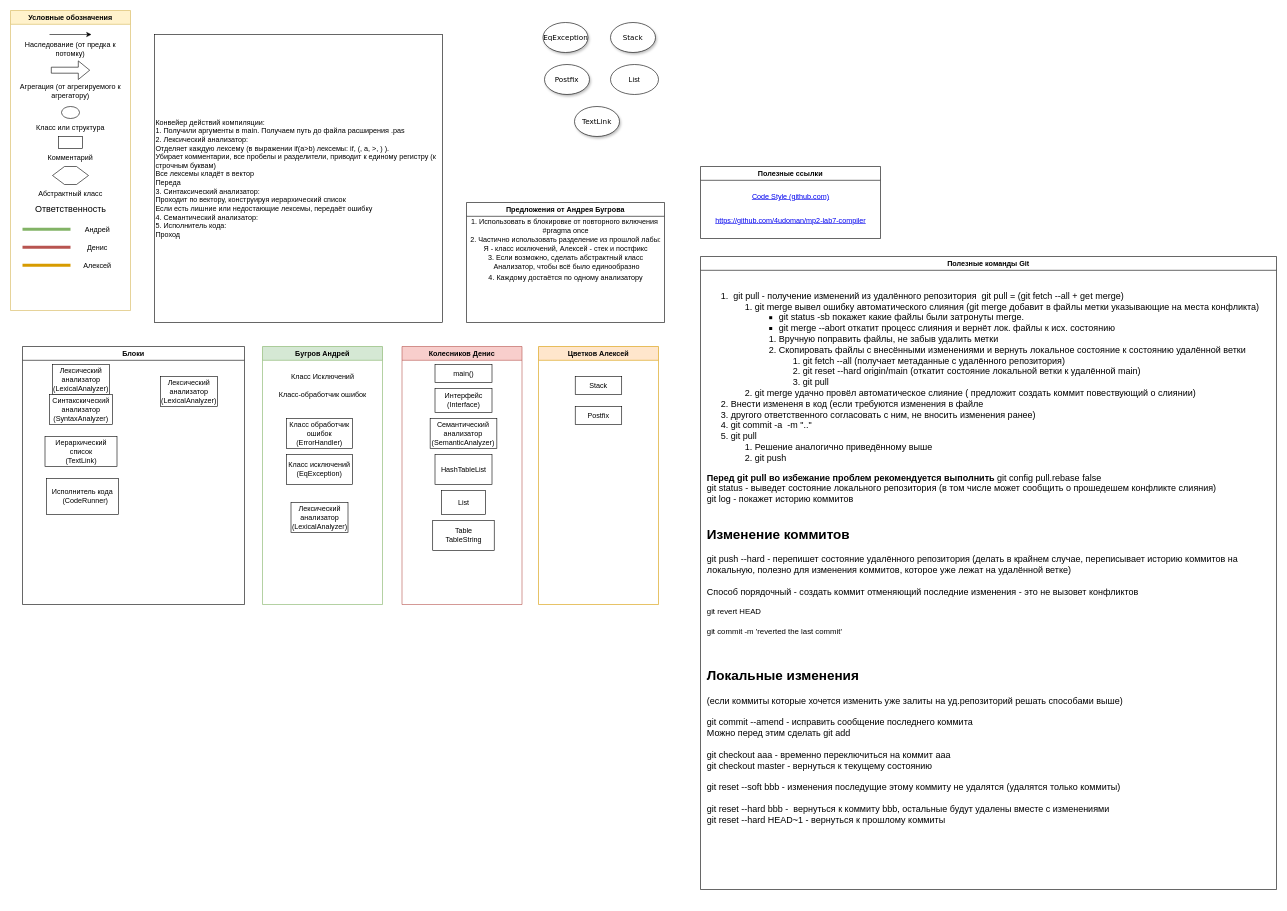
Before: Class_Diagram.drawio in ParkerProbe/mp2-lab7-compiler, a draw.io diagram. Source tidied: cells renumbered, new cells numbered last; positions are measured from the earlier drawing's top-left corner, leaving out a move shared by most shapes. Both pictures are drawn from the tidied source at 60%, with x=0, y=0 at pixel (10, 10).
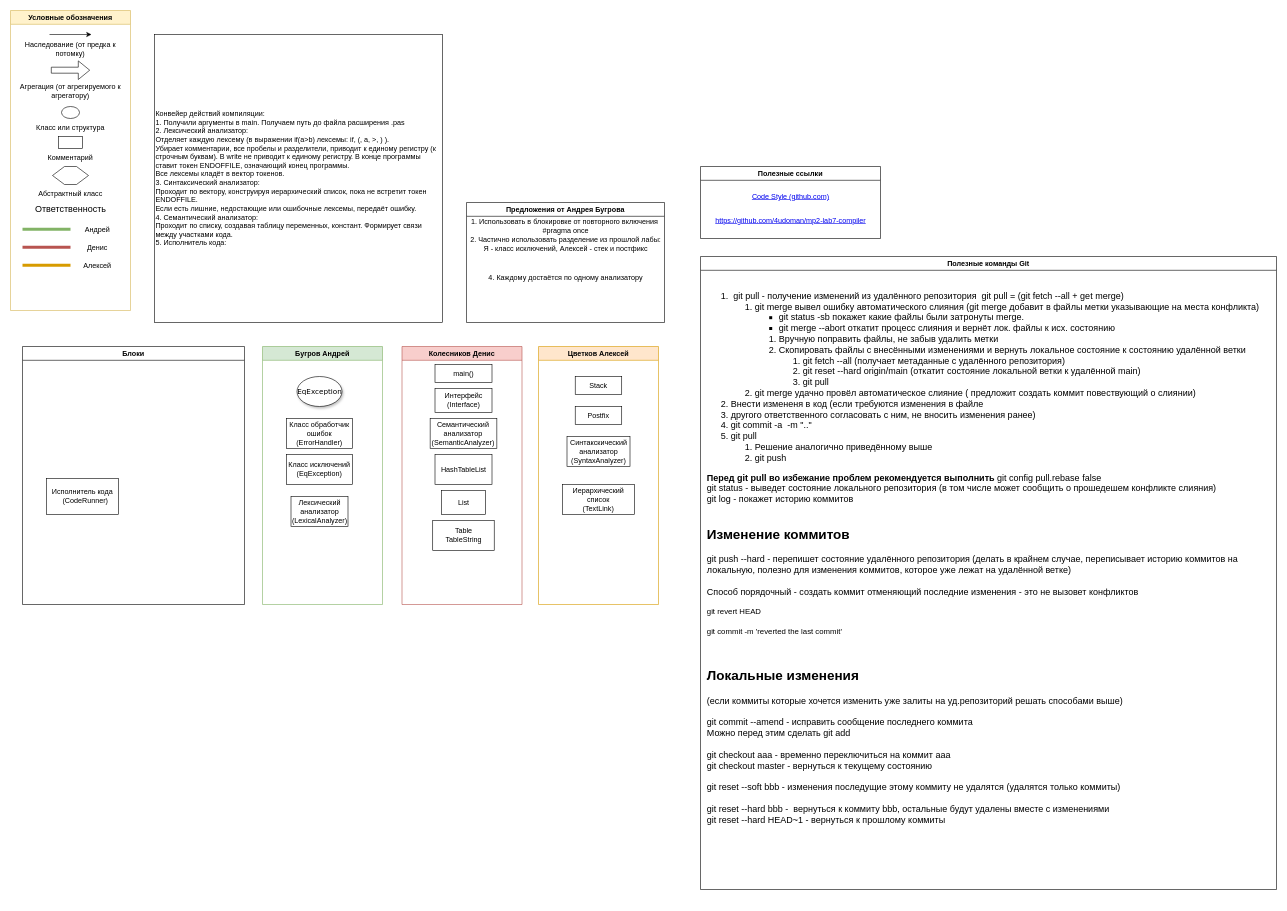
Above is the later version.

Unchanged cells that the change refers to:
```xml
<mxCell id="24" value="Бугров Андрей" style="swimlane;fillColor=#d5e8d4;strokeColor=#82b366;" parent="1" vertex="1">
  <mxGeometry x="420" y="560" width="200" height="430" as="geometry" />
</mxCell>
<mxCell id="37" value="Цветков Алексей" style="swimlane;fillColor=#ffe6cc;strokeColor=#d79b00;" parent="1" vertex="1">
  <mxGeometry x="880" y="560" width="200" height="430" as="geometry" />
</mxCell>
<mxCell id="40" value="Блоки" style="swimlane;" parent="1" vertex="1">
  <mxGeometry x="20" y="560" width="370" height="430" as="geometry" />
</mxCell>
<mxCell id="54" value="Предложения от Андрея Бугрова" style="swimlane;" parent="1" vertex="1">
  <mxGeometry x="760" y="320" width="330" height="200" as="geometry" />
</mxCell>
```

Change to the diagram source:
```diff
@@
-    <mxCell id="2" value="Stack" style="ellipse;whiteSpace=wrap;html=1;rounded=0;shadow=1;comic=0;labelBackgroundColor=none;strokeWidth=1;fontFamily=Verdana;fontSize=12;align=center;" parent="1" vertex="1">
-      <mxGeometry x="1000" y="20" width="75" height="50" as="geometry" />
-    </mxCell>
@@
-    <mxCell id="25" value="Класс Исключений" style="text;html=1;align=center;verticalAlign=middle;strokeColor=none;fillColor=none;" parent="24" vertex="1">
-      <mxGeometry x="40" y="40" width="120" height="20" as="geometry" />
-    </mxCell>
-    <mxCell id="26" value="Класс-обработчик ошибок" style="text;html=1;align=center;verticalAlign=middle;strokeColor=none;fillColor=none;" parent="24" vertex="1">
-      <mxGeometry x="20" y="70" width="160" height="20" as="geometry" />
-    </mxCell>
@@
     <mxCell id="29" value="Лексический анализатор&lt;br&gt;(LexicalAnalyzer)" style="rounded=0;whiteSpace=wrap;html=1;" parent="24" vertex="1">
-      <mxGeometry x="47.5" y="260" width="95" height="50" as="geometry" />
+      <mxGeometry x="47.5" y="250" width="95" height="50" as="geometry" />
     </mxCell>
+    <mxCell id="51" value="EqException" style="ellipse;whiteSpace=wrap;html=1;rounded=0;shadow=1;comic=0;labelBackgroundColor=none;strokeWidth=1;fontFamily=Verdana;fontSize=12;align=center;" parent="24" vertex="1">
+      <mxGeometry x="57.5" y="50" width="75" height="50" as="geometry" />
+    </mxCell>
@@
+    <mxCell id="45" value="Синтакскический&lt;br&gt;анализатор&lt;br&gt;(SyntaxAnalyzer)" style="rounded=0;whiteSpace=wrap;html=1;" parent="37" vertex="1">
+      <mxGeometry x="47.5" y="150" width="105" height="50" as="geometry" />
+    </mxCell>
+    <mxCell id="42" value="Иерархический&lt;br&gt;список&lt;br&gt;(TextLink)" style="rounded=0;whiteSpace=wrap;html=1;" parent="37" vertex="1">
+      <mxGeometry x="40" y="230" width="120" height="50" as="geometry" />
+    </mxCell>
@@
-    <mxCell id="42" value="Иерархический&lt;br&gt;список&lt;br&gt;(TextLink)" style="rounded=0;whiteSpace=wrap;html=1;" parent="40" vertex="1">
-      <mxGeometry x="37.5" y="150" width="120" height="50" as="geometry" />
-    </mxCell>
-    <mxCell id="43" style="group;" parent="40" vertex="1">
-      <mxGeometry x="45" y="30" width="105" height="100" as="geometry" />
-    </mxCell>
-    <mxCell id="44" value="Лексический анализатор&lt;br&gt;(LexicalAnalyzer)" style="rounded=0;whiteSpace=wrap;html=1;" parent="43" vertex="1">
-      <mxGeometry x="5" width="95" height="50" as="geometry" />
-    </mxCell>
-    <mxCell id="45" value="Синтакскический&lt;br&gt;анализатор&lt;br&gt;(SyntaxAnalyzer)" style="rounded=0;whiteSpace=wrap;html=1;" parent="43" vertex="1">
-      <mxGeometry y="50" width="105" height="50" as="geometry" />
-    </mxCell>
-    <mxCell id="46" value="Лексический анализатор&lt;br&gt;(LexicalAnalyzer)" style="rounded=0;whiteSpace=wrap;html=1;" parent="40" vertex="1">
-      <mxGeometry x="230" y="50" width="95" height="50" as="geometry" />
-    </mxCell>
@@
-    <mxCell id="50" value="List" style="ellipse;whiteSpace=wrap;html=1;" parent="1" vertex="1">
-      <mxGeometry x="1000" y="90" width="80" height="50" as="geometry" />
-    </mxCell>
-    <mxCell id="51" value="EqException" style="ellipse;whiteSpace=wrap;html=1;rounded=0;shadow=1;comic=0;labelBackgroundColor=none;strokeWidth=1;fontFamily=Verdana;fontSize=12;align=center;" parent="1" vertex="1">
-      <mxGeometry x="887.5" y="20" width="75" height="50" as="geometry" />
-    </mxCell>
-    <mxCell id="52" value="Postfix" style="ellipse;whiteSpace=wrap;html=1;rounded=0;shadow=1;comic=0;labelBackgroundColor=none;strokeWidth=1;fontFamily=Verdana;fontSize=12;align=center;" parent="1" vertex="1">
-      <mxGeometry x="890" y="90" width="75" height="50" as="geometry" />
-    </mxCell>
-    <mxCell id="53" value="TextLink" style="ellipse;whiteSpace=wrap;html=1;rounded=0;shadow=1;comic=0;labelBackgroundColor=none;strokeWidth=1;fontFamily=Verdana;fontSize=12;align=center;" parent="1" vertex="1">
-      <mxGeometry x="940" y="160" width="75" height="50" as="geometry" />
-    </mxCell>
@@
-    <mxCell id="57" value="3. Если возможно, сделать абстрактный класс&lt;br&gt;&amp;nbsp;Анализатор, чтобы всё было единообразно" style="text;html=1;align=center;verticalAlign=middle;strokeColor=none;fillColor=none;" parent="54" vertex="1">
-      <mxGeometry x="30" y="85" width="270" height="30" as="geometry" />
-    </mxCell>
@@
-    <mxCell id="59" value="&lt;div&gt;Конвейер действий компиляции:&lt;/div&gt;&lt;div&gt;1. Получили аргументы в main. Получаем путь до файла расширения .pas&lt;/div&gt;&lt;div&gt;2. Лексический анализатор:&lt;/div&gt;&lt;div&gt;Отделяет каждую лексему (в выражении if(a&amp;gt;b) лексемы: if, (, a, &amp;gt;, ) ).&lt;/div&gt;&lt;div&gt;Убирает комментарии, все пробелы и разделители, приводит к единому регистру (к строчным буквам)&lt;/div&gt;&lt;div&gt;Все лексемы кладёт в вектор&lt;/div&gt;&lt;div&gt;Переда&lt;/div&gt;&lt;div&gt;3. Синтаксический анализатор:&lt;/div&gt;&lt;div&gt;Проходит по вектору, конструируя иерархический список&lt;/div&gt;&lt;div&gt;Если есть лишние или недостающие лексемы, передаёт ошибку&lt;/div&gt;&lt;div&gt;4. Семантический анализатор:&amp;nbsp;&lt;/div&gt;&lt;div&gt;5. Исполнитель кода:&amp;nbsp;&lt;/div&gt;&lt;div&gt;Проход&amp;nbsp;&amp;nbsp;&lt;/div&gt;" style="rounded=0;whiteSpace=wrap;html=1;align=left;" parent="1" vertex="1">
+    <mxCell id="59" value="&lt;div&gt;Конвейер действий компиляции:&lt;/div&gt;&lt;div&gt;1. Получили аргументы в main. Получаем путь до файла расширения .pas&lt;/div&gt;&lt;div&gt;2. Лексический анализатор:&lt;/div&gt;&lt;div&gt;Отделяет каждую лексему (в выражении if(a&amp;gt;b) лексемы: if, (, a, &amp;gt;, ) ).&lt;/div&gt;&lt;div&gt;Убирает комментарии, все пробелы и разделители, приводит к единому регистру (к строчным буквам). В write не приводит к единому регистру. В конце программы ставит токен ENDOFFILE, означающий конец программы.&lt;/div&gt;&lt;div&gt;Все лексемы кладёт в вектор токенов.&lt;/div&gt;&lt;div&gt;3. Синтаксический анализатор:&lt;/div&gt;&lt;div&gt;Проходит по вектору, конструируя иерархический список, пока не встретит токен&amp;nbsp;&lt;/div&gt;ENDOFFILE.&lt;div&gt;Если есть лишние, недостающие или ошибочные лексемы, передаёт ошибку.&lt;/div&gt;&lt;div&gt;4. Семантический анализатор:&amp;nbsp;&lt;/div&gt;&lt;div&gt;Проходит по списку, создавая таблицу переменных, констант. Формирует связи между участками кода.&amp;nbsp;&lt;/div&gt;&lt;div&gt;5. Исполнитель кода:&amp;nbsp;&lt;/div&gt;" style="rounded=0;whiteSpace=wrap;html=1;align=left;" parent="1" vertex="1">
       <mxGeometry x="240" y="40" width="480" height="480" as="geometry" />
     </mxCell>
```
